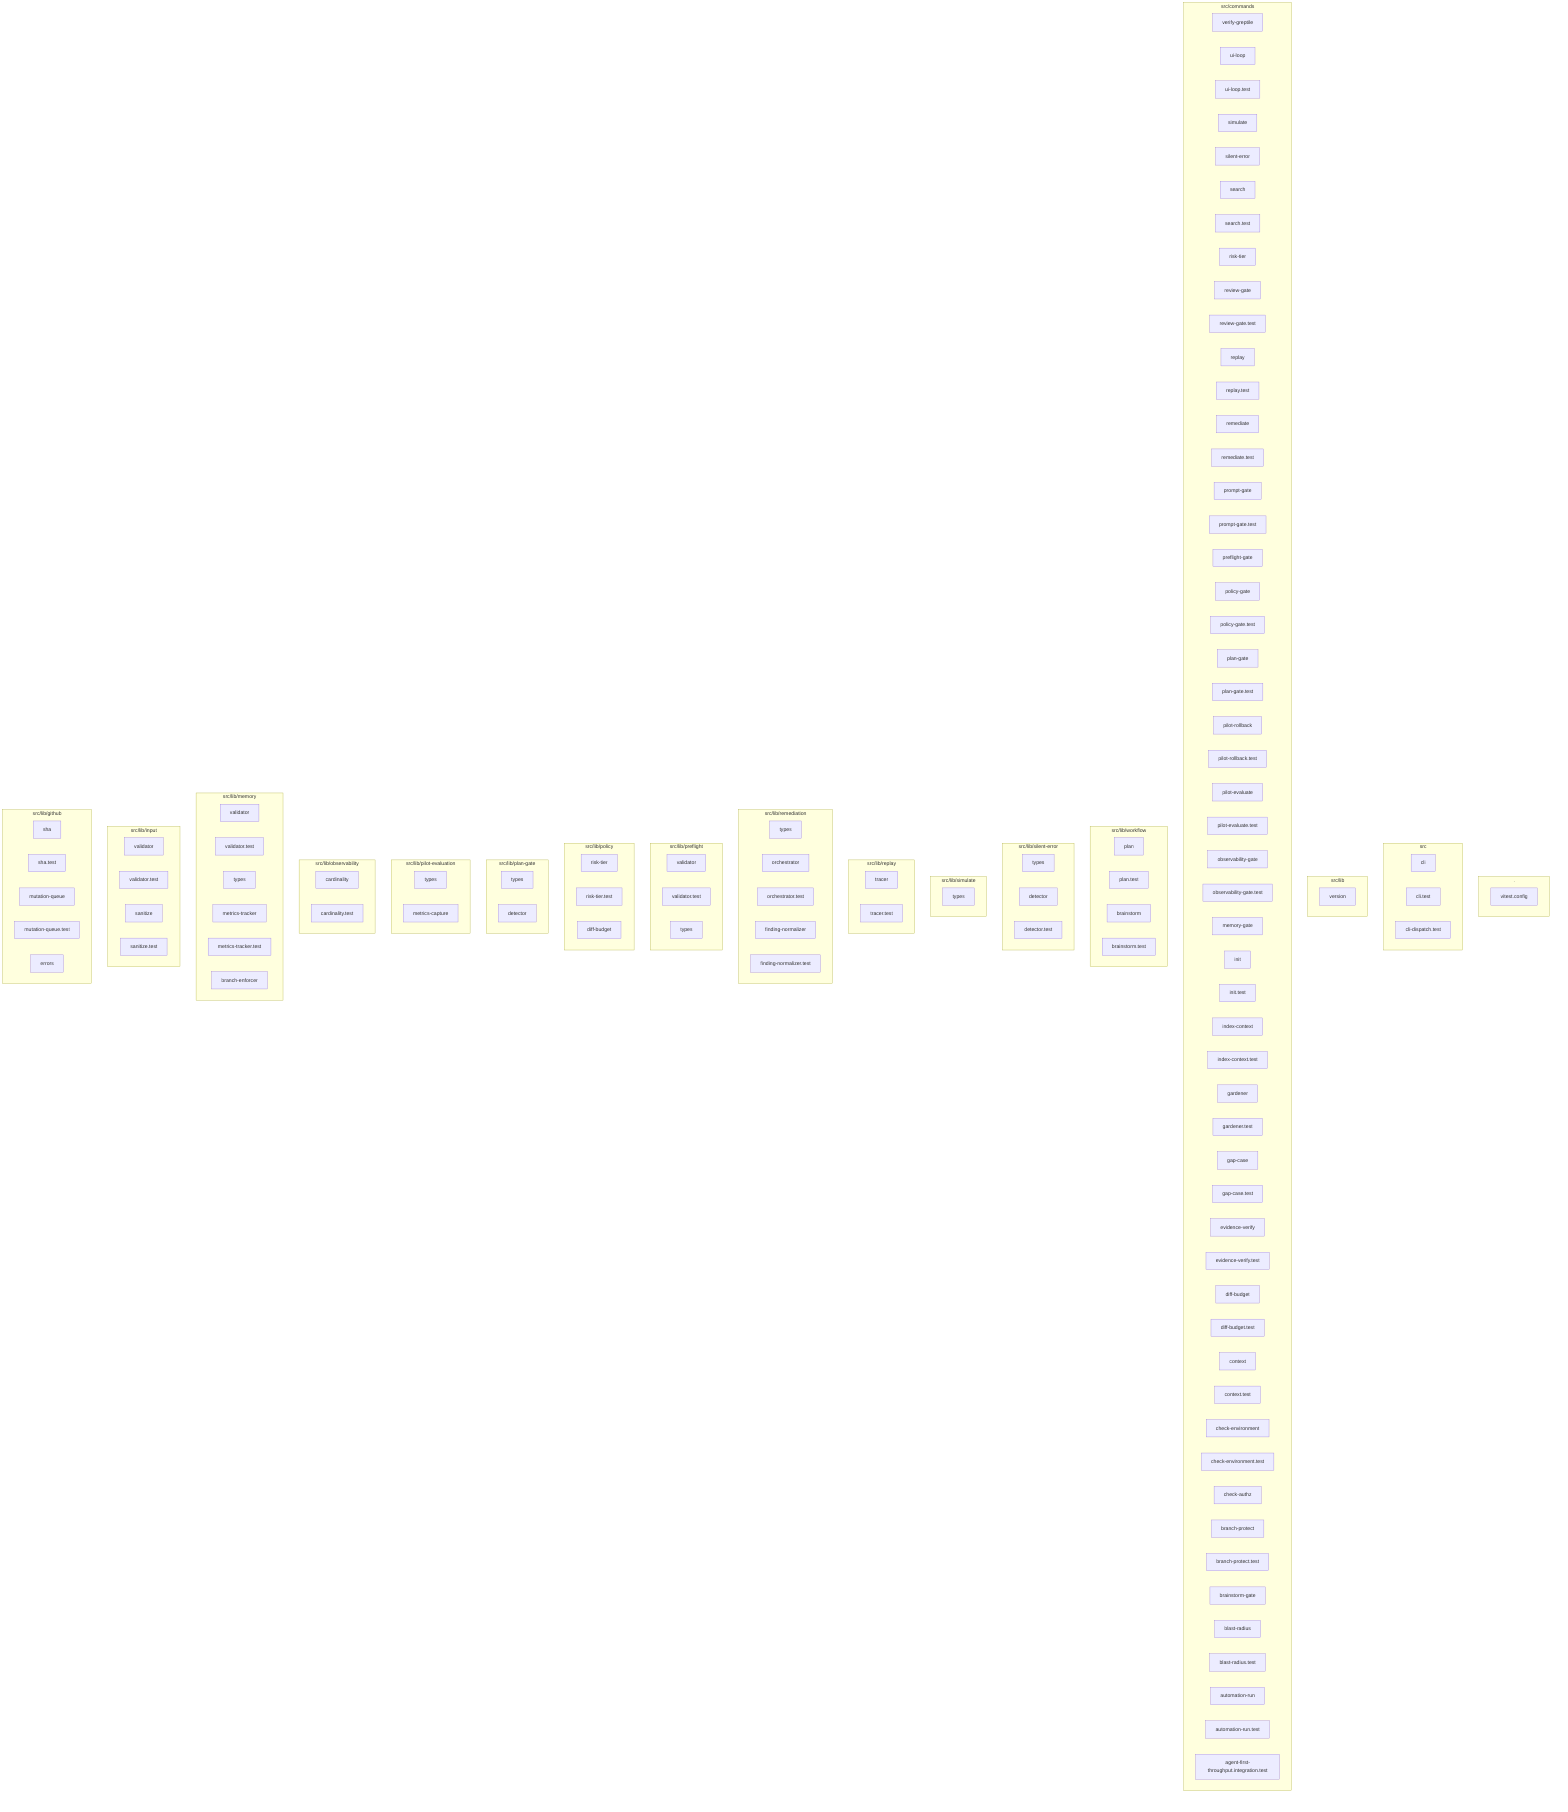
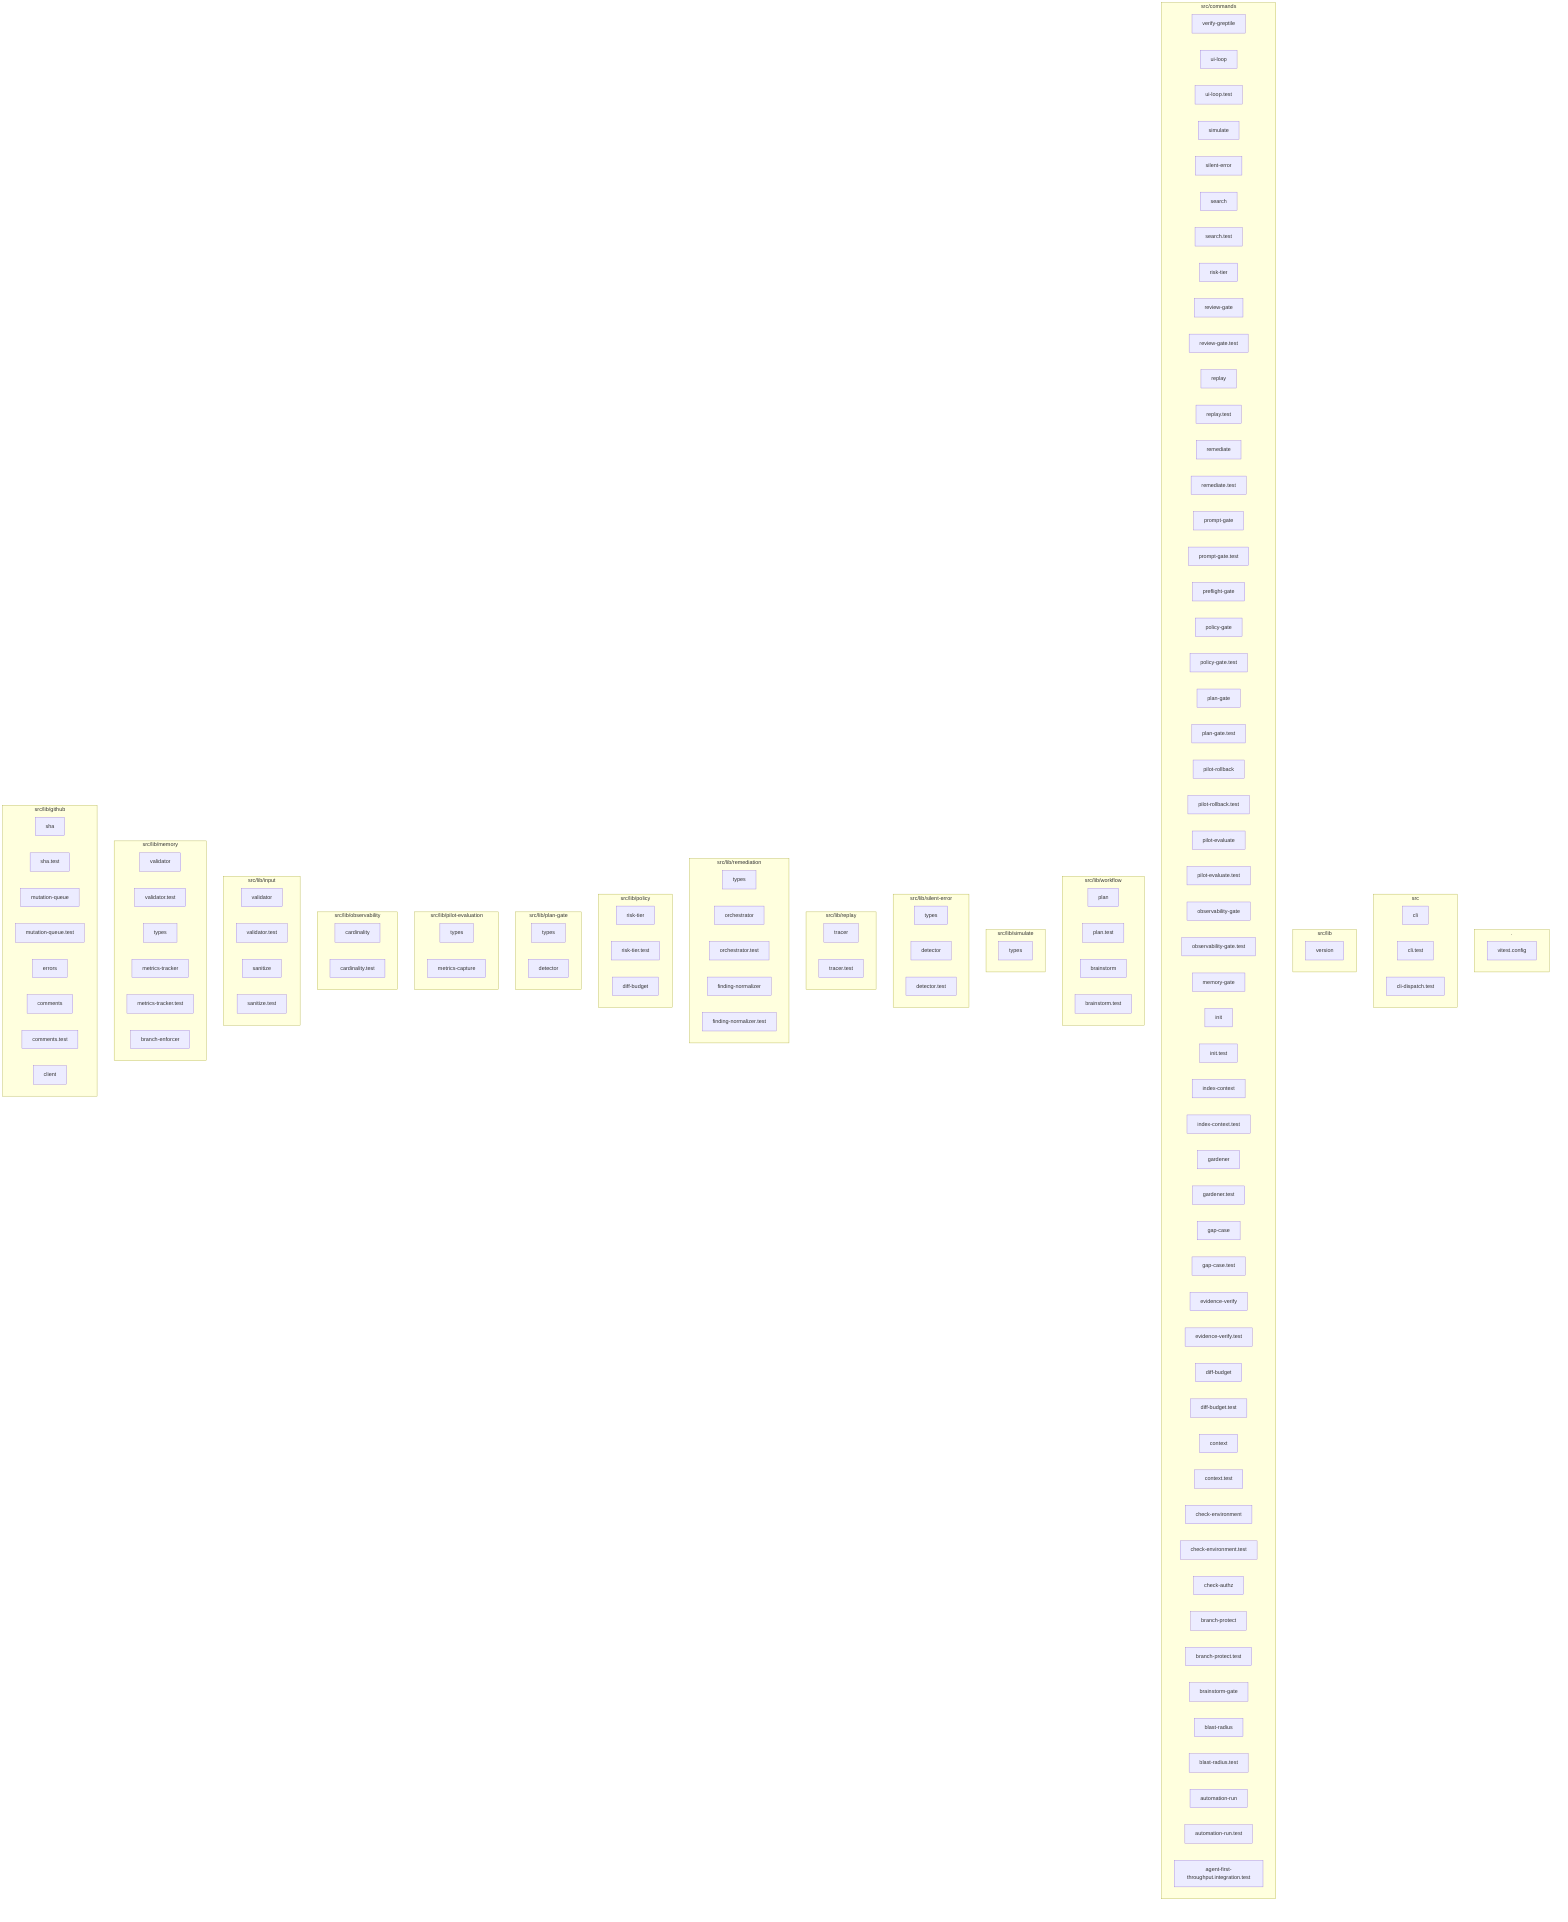
graph TD
  subgraph __cdb4ee2a["."]
    vitest_config_a9f1245e["vitest.config"]
  end
  subgraph src_25a66342["src"]
    cli_99bb8840["cli"]
    cli_test_4851f28b["cli.test"]
    cli_dispatch_test_54c9f17b["cli-dispatch.test"]
  end
  subgraph src_lib_91be6cfb["src/lib"]
    version_5ca4f385["version"]
  end
  subgraph src_commands_f0f9cc2d["src/commands"]
    verify_greptile_227190f7["verify-greptile"]
    ui_loop_11660889["ui-loop"]
    ui_loop_test_f0eabc42["ui-loop.test"]
    simulate_b9efe395["simulate"]
    silent_error_64e8c933["silent-error"]
    search_24193290["search"]
    search_test_0c66bc11["search.test"]
    risk_tier_807f33f9["risk-tier"]
    review_gate_09b579c4["review-gate"]
    review_gate_test_000e2ed6["review-gate.test"]
    replay_ac203c98["replay"]
    replay_test_935f7436["replay.test"]
    remediate_06b9c7fc["remediate"]
    remediate_test_6f59cafe["remediate.test"]
    prompt_gate_c5e9d207["prompt-gate"]
    prompt_gate_test_1a442b27["prompt-gate.test"]
    preflight_gate_c543e5ba["preflight-gate"]
    policy_gate_213f7313["policy-gate"]
    policy_gate_test_203a5261["policy-gate.test"]
    plan_gate_c2cf5008["plan-gate"]
    plan_gate_test_0c0192e6["plan-gate.test"]
    pilot_rollback_00c1f82c["pilot-rollback"]
    pilot_rollback_test_e61d5a2b["pilot-rollback.test"]
    pilot_evaluate_2045b1a1["pilot-evaluate"]
    pilot_evaluate_test_a2ac06fc["pilot-evaluate.test"]
    observability_gate_455f1f2f["observability-gate"]
    observability_gate_test_ca2979e0["observability-gate.test"]
    memory_gate_a577a506["memory-gate"]
    init_bb54068a["init"]
    init_test_cbba76a6["init.test"]
    index_context_de3ed39d["index-context"]
    index_context_test_1949ea6f["index-context.test"]
    gardener_9416a9df["gardener"]
    gardener_test_98f0b9a5["gardener.test"]
    gap_case_82e69111["gap-case"]
    gap_case_test_e32159fb["gap-case.test"]
    evidence_verify_3b73c290["evidence-verify"]
    evidence_verify_test_7373101d["evidence-verify.test"]
    diff_budget_9da0268d["diff-budget"]
    diff_budget_test_c0b72453["diff-budget.test"]
    context_ea7792a2["context"]
    context_test_57aad306["context.test"]
    check_environment_fe68d4be["check-environment"]
    check_environment_test_5fa29c35["check-environment.test"]
    check_authz_fee242b1["check-authz"]
    branch_protect_b9d345eb["branch-protect"]
    branch_protect_test_c8d80aab["branch-protect.test"]
    brainstorm_gate_1789ba44["brainstorm-gate"]
    blast_radius_f776a633["blast-radius"]
    blast_radius_test_045450fc["blast-radius.test"]
    automation_run_22331800["automation-run"]
    automation_run_test_7b21d905["automation-run.test"]
    agent_first_throughput_integration_test_dc677cc4["agent-first-throughput.integration.test"]
  end
  subgraph src_lib_workflow_7d547930["src/lib/workflow"]
    plan_64879f7d["plan"]
    plan_test_e7c3b920["plan.test"]
    brainstorm_e2e2381d["brainstorm"]
    brainstorm_test_78cf7a1e["brainstorm.test"]
  end
+   subgraph src_lib_simulate_87a8be80["src/lib/simulate"]
+     types_8d846022["types"]
+   end
  subgraph src_lib_silent_error_26e972c0["src/lib/silent-error"]
-     types_8d846022["types"]
+     types_1_4ecdf56e["types"]
    detector_f2b3cbe4["detector"]
    detector_test_d10b3555["detector.test"]
-   end
-   subgraph src_lib_simulate_87a8be80["src/lib/simulate"]
-     types_1_4ecdf56e["types"]
  end
  subgraph src_lib_replay_9cdd6ac4["src/lib/replay"]
    tracer_1e6243a2["tracer"]
    tracer_test_cb965d81["tracer.test"]
  end
  subgraph src_lib_remediation_66ee2139["src/lib/remediation"]
    types_2_d9bc6e7a["types"]
    orchestrator_11376b7e["orchestrator"]
    orchestrator_test_18d2fe26["orchestrator.test"]
    finding_normalizer_13f1559c["finding-normalizer"]
    finding_normalizer_test_d4639bd8["finding-normalizer.test"]
  end
-   subgraph src_lib_preflight_d75938f9["src/lib/preflight"]
-     validator_f82af321["validator"]
-     validator_test_b4b482f8["validator.test"]
-     types_3_9675d69b["types"]
-   end
  subgraph src_lib_policy_f3a0824d["src/lib/policy"]
    risk_tier_1_96b6ff91["risk-tier"]
    risk_tier_test_ae056367["risk-tier.test"]
    diff_budget_1_9f85eb1c["diff-budget"]
  end
  subgraph src_lib_plan_gate_b742698a["src/lib/plan-gate"]
-     types_4_822d0f88["types"]
+     types_3_9675d69b["types"]
    detector_1_b37d288b["detector"]
  end
  subgraph src_lib_pilot_evaluation_f6cc358e["src/lib/pilot-evaluation"]
-     types_5_f869ec4b["types"]
+     types_4_822d0f88["types"]
    metrics_capture_1d1a2c08["metrics-capture"]
  end
  subgraph src_lib_observability_ecdc7d70["src/lib/observability"]
    cardinality_ebef8aff["cardinality"]
    cardinality_test_c00e7edb["cardinality.test"]
  end
+   subgraph src_lib_input_456cc971["src/lib/input"]
+     validator_f82af321["validator"]
+     validator_test_b4b482f8["validator.test"]
+     sanitize_af6a3bb0["sanitize"]
+     sanitize_test_f3d34916["sanitize.test"]
+   end
  subgraph src_lib_memory_273eb2dc["src/lib/memory"]
    validator_1_0c0621d8["validator"]
    validator_test_1_c5015ca0["validator.test"]
-     types_6_1818fb91["types"]
+     types_5_f869ec4b["types"]
    metrics_tracker_98cec29c["metrics-tracker"]
    metrics_tracker_test_3de156fa["metrics-tracker.test"]
    branch_enforcer_acb749cd["branch-enforcer"]
-   end
-   subgraph src_lib_input_456cc971["src/lib/input"]
-     validator_2_744853f5["validator"]
-     validator_test_2_8dbecf99["validator.test"]
-     sanitize_af6a3bb0["sanitize"]
-     sanitize_test_f3d34916["sanitize.test"]
  end
  subgraph src_lib_github_bad33b49["src/lib/github"]
    sha_d600474b["sha"]
    sha_test_5a5924fc["sha.test"]
    mutation_queue_ce5a530e["mutation-queue"]
    mutation_queue_test_10b599e8["mutation-queue.test"]
    errors_be4bd567["errors"]
+     comments_2b4244fb["comments"]
+     comments_test_f8c9ae41["comments.test"]
+     client_948fe603["client"]
  end